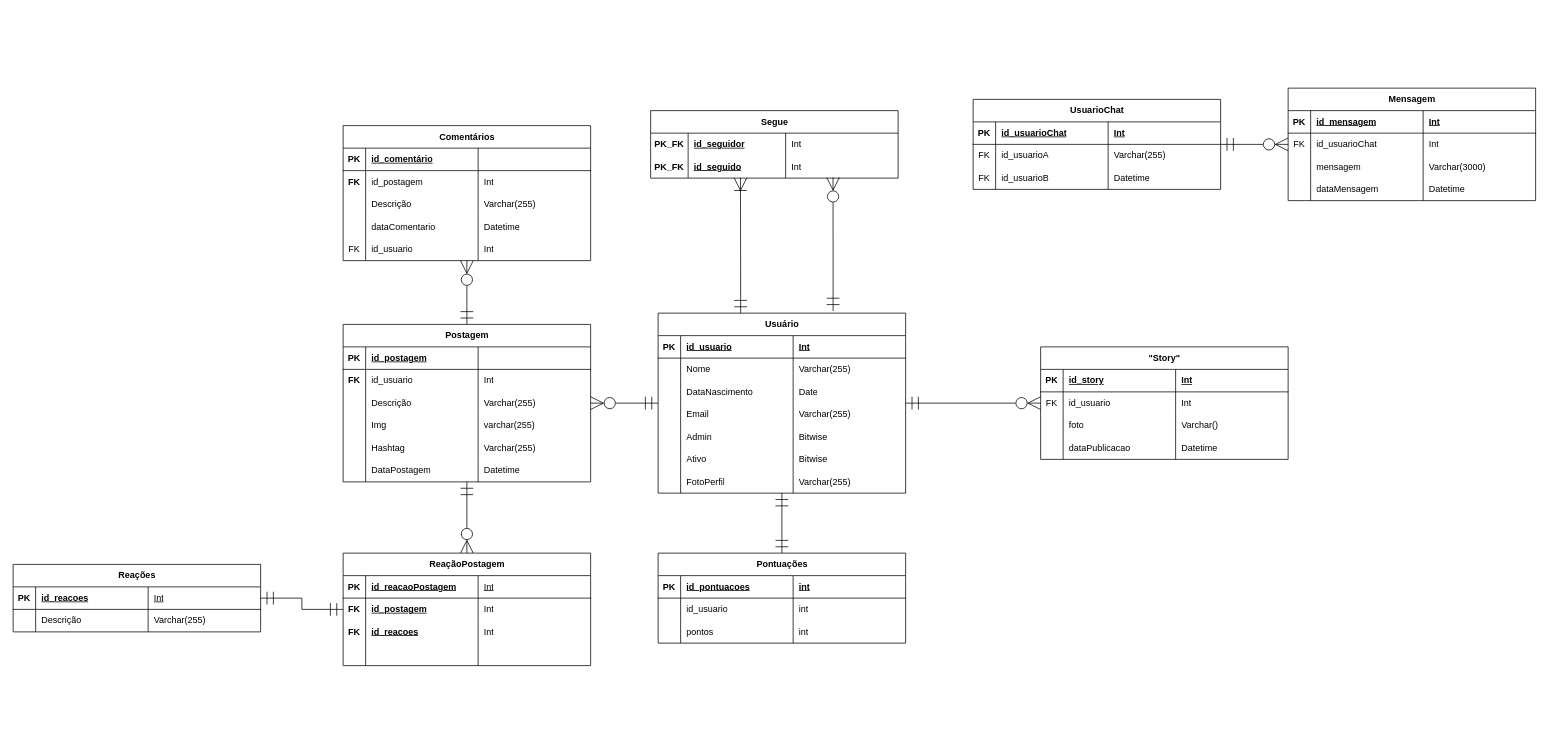
wallacin07/SocialMedia_WebProject keeps this draw.io diagram as plans/db_modeling.drawio. Above is the earlier version. Source tidied: cells renumbered, new cells numbered last; positions are measured from the earlier drawing's top-left corner, leaving out a move shared by most shapes. Both pictures are drawn from the tidied source at 75%, with x=0, y=0 at pixel (13, 88).
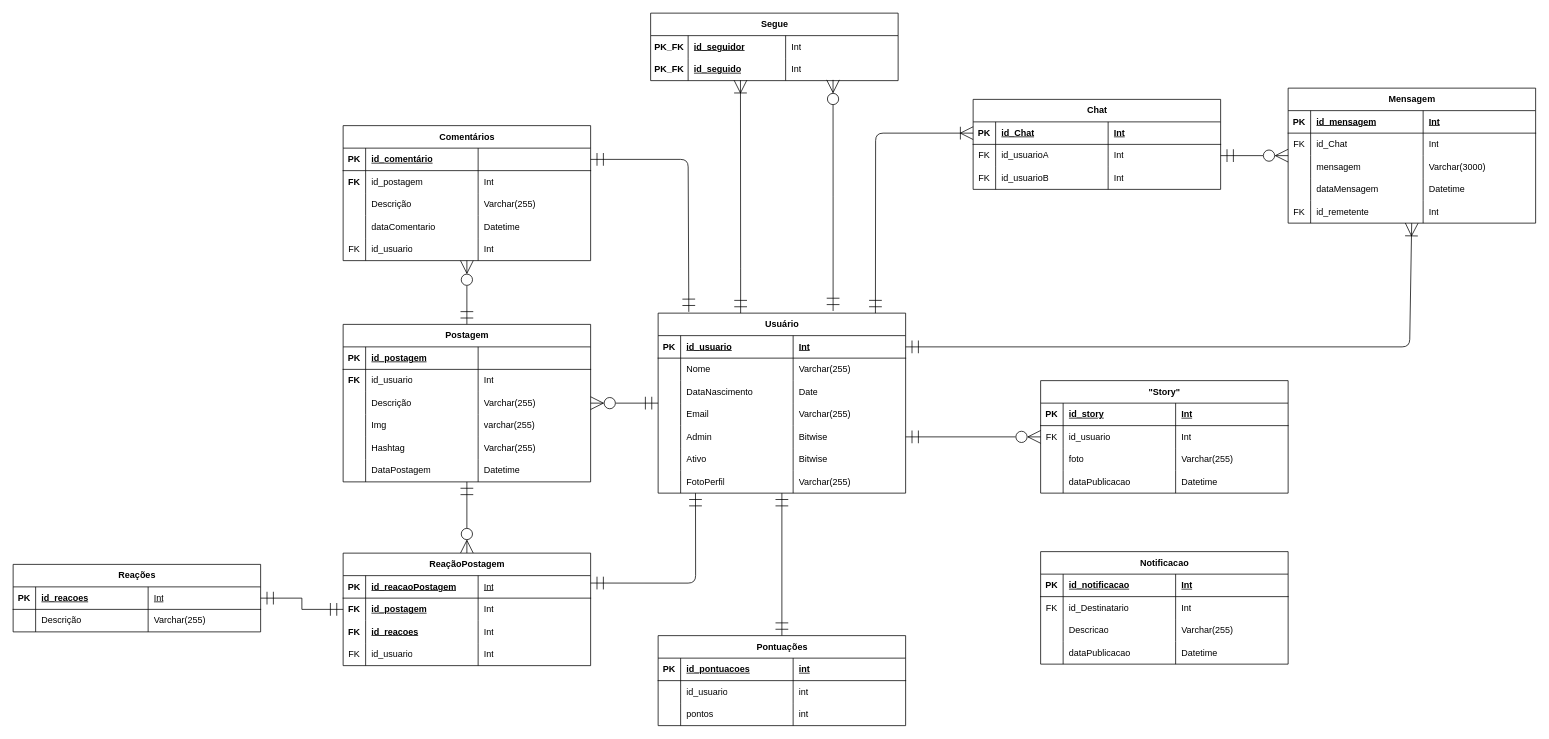
After the change.

The change refers to these unchanged cells:
```xml
<mxCell id="4" value="Usuário" style="shape=table;startSize=30;childLayout=tableLayout;rowLines=0;fontStyle=1;align=center;html=1;" parent="1" vertex="1">
  <mxGeometry x="860" y="300" width="330" height="240" as="geometry" />
</mxCell>
<mxCell id="5" style="shape=tableRow;horizontal=0;startSize=0;swimlaneHead=0;swimlaneBody=0;fillColor=none;points=[[0,0.5],[1,0.5]];portConstraint=eastwest;top=0;left=0;right=0;bottom=1;" parent="4" vertex="1">
  <mxGeometry y="30" width="330" height="30" as="geometry" />
</mxCell>
<mxCell id="21" style="shape=tableRow;horizontal=0;startSize=0;swimlaneHead=0;swimlaneBody=0;fillColor=none;points=[[0,0.5],[1,0.5]];portConstraint=eastwest;top=0;left=0;right=0;bottom=0;" parent="4" vertex="1">
  <mxGeometry y="150" width="330" height="30" as="geometry" />
</mxCell>
<mxCell id="29" style="shape=tableRow;horizontal=0;startSize=0;swimlaneHead=0;swimlaneBody=0;fillColor=none;points=[[0,0.5],[1,0.5]];portConstraint=eastwest;top=0;left=0;right=0;bottom=0;" parent="4" vertex="1">
  <mxGeometry y="210" width="330" height="30" as="geometry" />
</mxCell>
<mxCell id="75" style="shape=tableRow;horizontal=0;startSize=0;swimlaneHead=0;swimlaneBody=0;fillColor=none;points=[[0,0.5],[1,0.5]];portConstraint=eastwest;top=0;left=0;right=0;bottom=1;" parent="74" vertex="1">
  <mxGeometry y="30" width="330" height="30" as="geometry" />
</mxCell>
<mxCell id="87" style="shape=tableRow;horizontal=0;startSize=0;swimlaneHead=0;swimlaneBody=0;fillColor=none;top=0;left=0;right=0;bottom=0;" parent="74" vertex="1">
  <mxGeometry y="120" width="330" height="30" as="geometry" />
</mxCell>
<mxCell id="120" style="shape=tableRow;horizontal=0;startSize=0;swimlaneHead=0;swimlaneBody=0;fillColor=none;top=0;left=0;right=0;bottom=0;" parent="111" vertex="1">
  <mxGeometry y="90" width="330" height="30" as="geometry" />
</mxCell>
<mxCell id="130" style="shape=tableRow;horizontal=0;startSize=0;swimlaneHead=0;swimlaneBody=0;fillColor=none;points=[[0,0.5],[1,0.5]];portConstraint=eastwest;top=0;left=0;right=0;bottom=1;" parent="129" vertex="1">
  <mxGeometry y="30" width="330" height="30" as="geometry" />
</mxCell>
<mxCell id="152" style="shape=tableRow;horizontal=0;startSize=0;swimlaneHead=0;swimlaneBody=0;fillColor=none;points=[[0,0.5],[1,0.5]];portConstraint=eastwest;top=0;left=0;right=0;bottom=1;" parent="151" vertex="1">
  <mxGeometry y="30" width="330" height="30" as="geometry" />
</mxCell>
<mxCell id="156" style="shape=tableRow;horizontal=0;startSize=0;swimlaneHead=0;swimlaneBody=0;fillColor=none;points=[[0,0.5],[1,0.5]];portConstraint=eastwest;top=0;left=0;right=0;bottom=0;" parent="151" vertex="1">
  <mxGeometry y="60" width="330" height="30" as="geometry" />
</mxCell>
<mxCell id="160" style="shape=tableRow;horizontal=0;startSize=0;swimlaneHead=0;swimlaneBody=0;fillColor=none;top=0;left=0;right=0;bottom=0;" parent="151" vertex="1">
  <mxGeometry y="90" width="330" height="30" as="geometry" />
</mxCell>
<mxCell id="169" style="shape=tableRow;horizontal=0;startSize=0;swimlaneHead=0;swimlaneBody=0;fillColor=none;top=0;left=0;right=0;bottom=0;" parent="164" vertex="1">
  <mxGeometry y="60" width="330" height="30" as="geometry" />
</mxCell>
```

The edit, as a diff of the source:
```diff
@@
     <mxCell id="61" value="Pontuações" style="shape=table;startSize=30;childLayout=tableLayout;rowLines=0;fontStyle=1;align=center;html=1;" parent="1" vertex="1">
-      <mxGeometry x="860" y="620" width="330" height="120" as="geometry" />
+      <mxGeometry x="860" y="730" width="330" height="120" as="geometry" />
     </mxCell>
@@
-    <mxCell id="88" style="shape=partialRectangle;fillColor=none;top=0;left=0;bottom=0;right=0;overflow=hidden;whiteSpace=wrap;html=1;" parent="87" vertex="1">
+    <mxCell id="88" value="FK" style="shape=partialRectangle;fillColor=none;top=0;left=0;bottom=0;right=0;overflow=hidden;whiteSpace=wrap;html=1;" parent="87" vertex="1">
       <mxGeometry width="30" height="30" as="geometry" />
     </mxCell>
-    <mxCell id="89" style="shape=partialRectangle;fillColor=none;top=0;left=0;bottom=0;right=0;align=left;spacingLeft=6;overflow=hidden;whiteSpace=wrap;html=1;" parent="87" vertex="1">
+    <mxCell id="89" value="id_usuario" style="shape=partialRectangle;fillColor=none;top=0;left=0;bottom=0;right=0;align=left;spacingLeft=6;overflow=hidden;whiteSpace=wrap;html=1;" parent="87" vertex="1">
       <mxGeometry x="30" width="150" height="30" as="geometry" />
     </mxCell>
-    <mxCell id="90" style="shape=partialRectangle;fillColor=none;top=0;left=0;bottom=0;right=0;align=left;spacingLeft=6;overflow=hidden;whiteSpace=wrap;html=1;" parent="87" vertex="1">
+    <mxCell id="90" value="Int" style="shape=partialRectangle;fillColor=none;top=0;left=0;bottom=0;right=0;align=left;spacingLeft=6;overflow=hidden;whiteSpace=wrap;html=1;" parent="87" vertex="1">
       <mxGeometry x="180" width="150" height="30" as="geometry" />
     </mxCell>
@@
     <mxCell id="101" value="Segue" style="shape=table;startSize=30;childLayout=tableLayout;rowLines=0;fontStyle=1;align=center;html=1;" parent="1" vertex="1">
-      <mxGeometry x="850" y="30" width="330" height="90" as="geometry" />
+      <mxGeometry x="850" y="-100" width="330" height="90" as="geometry" />
     </mxCell>
@@
     <mxCell id="111" value="&quot;Story&quot;" style="shape=table;startSize=30;childLayout=tableLayout;rowLines=0;fontStyle=1;align=center;html=1;" parent="1" vertex="1">
-      <mxGeometry x="1370" y="345" width="330" height="150" as="geometry" />
+      <mxGeometry x="1370" y="390" width="330" height="150" as="geometry" />
     </mxCell>
@@
-    <mxCell id="123" value="Varchar()" style="shape=partialRectangle;fillColor=none;top=0;left=0;bottom=0;right=0;align=left;spacingLeft=6;overflow=hidden;whiteSpace=wrap;html=1;" parent="120" vertex="1">
+    <mxCell id="123" value="Varchar(255)" style="shape=partialRectangle;fillColor=none;top=0;left=0;bottom=0;right=0;align=left;spacingLeft=6;overflow=hidden;whiteSpace=wrap;html=1;" parent="120" vertex="1">
       <mxGeometry x="180" width="150" height="30" as="geometry" />
     </mxCell>
@@
-    <mxCell id="128" style="edgeStyle=none;html=1;endSize=15;startSize=15;endArrow=ERmandOne;endFill=0;startArrow=ERzeroToMany;startFill=0;" parent="1" edge="1" source="111" target="4">
+    <mxCell id="128" style="edgeStyle=none;html=1;endSize=15;startSize=15;endArrow=ERmandOne;endFill=0;startArrow=ERzeroToMany;startFill=0;" parent="1" edge="1" source="111" target="21">
       <mxGeometry relative="1" as="geometry" />
     </mxCell>
@@
-    <mxCell id="150" style="edgeStyle=none;html=1;startArrow=ERmandOne;startFill=0;endArrow=ERzeroToMany;endFill=0;startSize=15;endSize=15;" parent="1" edge="1" source="151" target="164">
+    <mxCell id="150" style="edgeStyle=none;html=1;startArrow=ERmandOne;startFill=0;endArrow=ERzeroToMany;endFill=0;startSize=15;endSize=15;" parent="1" edge="1" source="156" target="164">
       <mxGeometry relative="1" as="geometry" />
     </mxCell>
-    <mxCell id="151" value="UsuarioChat" style="shape=table;startSize=30;childLayout=tableLayout;rowLines=0;fontStyle=1;align=center;html=1;" parent="1" vertex="1">
+    <mxCell id="151" value="Chat" style="shape=table;startSize=30;childLayout=tableLayout;rowLines=0;fontStyle=1;align=center;html=1;" parent="1" vertex="1">
       <mxGeometry x="1280" y="15" width="330" height="120" as="geometry" />
     </mxCell>
@@
-    <mxCell id="154" value="id_usuarioChat" style="shape=partialRectangle;fillColor=none;top=0;left=0;bottom=0;right=0;align=left;spacingLeft=6;fontStyle=5;overflow=hidden;whiteSpace=wrap;html=1;" parent="152" vertex="1">
+    <mxCell id="154" value="id_Chat" style="shape=partialRectangle;fillColor=none;top=0;left=0;bottom=0;right=0;align=left;spacingLeft=6;fontStyle=5;overflow=hidden;whiteSpace=wrap;html=1;" parent="152" vertex="1">
       <mxGeometry x="30" width="150" height="30" as="geometry" />
     </mxCell>
@@
-    <mxCell id="159" value="Varchar(255)" style="shape=partialRectangle;fillColor=none;top=0;left=0;bottom=0;right=0;align=left;spacingLeft=6;overflow=hidden;whiteSpace=wrap;html=1;" parent="156" vertex="1">
+    <mxCell id="159" value="Int" style="shape=partialRectangle;fillColor=none;top=0;left=0;bottom=0;right=0;align=left;spacingLeft=6;overflow=hidden;whiteSpace=wrap;html=1;" parent="156" vertex="1">
       <mxGeometry x="180" width="150" height="30" as="geometry" />
     </mxCell>
@@
-    <mxCell id="163" value="Datetime" style="shape=partialRectangle;fillColor=none;top=0;left=0;bottom=0;right=0;align=left;spacingLeft=6;overflow=hidden;whiteSpace=wrap;html=1;" parent="160" vertex="1">
+    <mxCell id="163" value="Int" style="shape=partialRectangle;fillColor=none;top=0;left=0;bottom=0;right=0;align=left;spacingLeft=6;overflow=hidden;whiteSpace=wrap;html=1;" parent="160" vertex="1">
       <mxGeometry x="180" width="150" height="30" as="geometry" />
     </mxCell>
     <mxCell id="164" value="Mensagem" style="shape=table;startSize=30;childLayout=tableLayout;rowLines=0;fontStyle=1;align=center;html=1;" parent="1" vertex="1">
-      <mxGeometry x="1700" width="330" height="150" as="geometry" />
+      <mxGeometry x="1700" width="330" height="180" as="geometry" />
     </mxCell>
@@
-    <mxCell id="171" value="id_usuarioChat" style="shape=partialRectangle;fillColor=none;top=0;left=0;bottom=0;right=0;align=left;spacingLeft=6;overflow=hidden;whiteSpace=wrap;html=1;" parent="169" vertex="1">
+    <mxCell id="171" value="id_Chat" style="shape=partialRectangle;fillColor=none;top=0;left=0;bottom=0;right=0;align=left;spacingLeft=6;overflow=hidden;whiteSpace=wrap;html=1;" parent="169" vertex="1">
       <mxGeometry x="30" width="150" height="30" as="geometry" />
     </mxCell>
@@
+    <mxCell id="181" style="shape=tableRow;horizontal=0;startSize=0;swimlaneHead=0;swimlaneBody=0;fillColor=none;points=[[0,0.5],[1,0.5]];portConstraint=eastwest;top=0;left=0;right=0;bottom=0;" parent="164" vertex="1">
+      <mxGeometry y="150" width="330" height="30" as="geometry" />
+    </mxCell>
+    <mxCell id="182" value="FK" style="shape=partialRectangle;fillColor=none;top=0;left=0;bottom=0;right=0;overflow=hidden;whiteSpace=wrap;html=1;" parent="181" vertex="1">
+      <mxGeometry width="30" height="30" as="geometry" />
+    </mxCell>
+    <mxCell id="183" value="id_remetente" style="shape=partialRectangle;fillColor=none;top=0;left=0;bottom=0;right=0;align=left;spacingLeft=6;overflow=hidden;whiteSpace=wrap;html=1;" parent="181" vertex="1">
+      <mxGeometry x="30" width="150" height="30" as="geometry" />
+    </mxCell>
+    <mxCell id="184" value="Int" style="shape=partialRectangle;fillColor=none;top=0;left=0;bottom=0;right=0;align=left;spacingLeft=6;overflow=hidden;whiteSpace=wrap;html=1;" parent="181" vertex="1">
+      <mxGeometry x="180" width="150" height="30" as="geometry" />
+    </mxCell>
+    <mxCell id="185" style="edgeStyle=none;html=1;exitX=1;exitY=0.5;exitDx=0;exitDy=0;startArrow=ERmandOne;startFill=0;endArrow=ERmandOne;endFill=0;startSize=15;endSize=15;entryX=0.124;entryY=-0.007;entryDx=0;entryDy=0;entryPerimeter=0;" parent="1" edge="1" source="130" target="4">
+      <mxGeometry relative="1" as="geometry">
+        <Array as="points">
+          <mxPoint x="900" y="95" />
+        </Array>
+      </mxGeometry>
+    </mxCell>
+    <mxCell id="186" style="edgeStyle=none;html=1;exitX=1;exitY=0.33;exitDx=0;exitDy=0;startArrow=ERmandOne;startFill=0;endArrow=ERmandOne;endFill=0;startSize=15;endSize=15;entryX=0.151;entryY=1;entryDx=0;entryDy=0;entryPerimeter=0;exitPerimeter=0;" parent="1" edge="1" source="75" target="29">
+      <mxGeometry relative="1" as="geometry">
+        <Array as="points">
+          <mxPoint x="910" y="660" />
+        </Array>
+      </mxGeometry>
+    </mxCell>
+    <mxCell id="187" style="edgeStyle=none;html=1;exitX=0;exitY=0.5;exitDx=0;exitDy=0;startArrow=ERoneToMany;startFill=0;endArrow=ERmandOne;endFill=0;startSize=15;endSize=15;entryX=0.878;entryY=0;entryDx=0;entryDy=0;entryPerimeter=0;" parent="1" edge="1" source="152" target="4">
+      <mxGeometry relative="1" as="geometry">
+        <Array as="points">
+          <mxPoint x="1150" y="60" />
+        </Array>
+      </mxGeometry>
+    </mxCell>
+    <mxCell id="188" value="Notificacao" style="shape=table;startSize=30;childLayout=tableLayout;rowLines=0;fontStyle=1;align=center;html=1;" parent="1" vertex="1">
+      <mxGeometry x="1370" y="618" width="330" height="150" as="geometry" />
+    </mxCell>
+    <mxCell id="189" style="shape=tableRow;horizontal=0;startSize=0;swimlaneHead=0;swimlaneBody=0;fillColor=none;top=0;left=0;right=0;bottom=1;" parent="188" vertex="1">
+      <mxGeometry y="30" width="330" height="30" as="geometry" />
+    </mxCell>
+    <mxCell id="190" value="PK" style="shape=partialRectangle;fillColor=none;top=0;left=0;bottom=0;right=0;fontStyle=1;overflow=hidden;whiteSpace=wrap;html=1;" parent="189" vertex="1">
+      <mxGeometry width="30" height="30" as="geometry" />
+    </mxCell>
+    <mxCell id="191" value="id_notificacao" style="shape=partialRectangle;fillColor=none;top=0;left=0;bottom=0;right=0;align=left;spacingLeft=6;fontStyle=5;overflow=hidden;whiteSpace=wrap;html=1;" parent="189" vertex="1">
+      <mxGeometry x="30" width="150" height="30" as="geometry" />
+    </mxCell>
+    <mxCell id="192" value="Int" style="shape=partialRectangle;fillColor=none;top=0;left=0;bottom=0;right=0;align=left;spacingLeft=6;fontStyle=5;overflow=hidden;whiteSpace=wrap;html=1;" parent="189" vertex="1">
+      <mxGeometry x="180" width="150" height="30" as="geometry" />
+    </mxCell>
+    <mxCell id="193" style="shape=tableRow;horizontal=0;startSize=0;swimlaneHead=0;swimlaneBody=0;fillColor=none;top=0;left=0;right=0;bottom=0;" parent="188" vertex="1">
+      <mxGeometry y="60" width="330" height="30" as="geometry" />
+    </mxCell>
+    <mxCell id="194" value="FK" style="shape=partialRectangle;fillColor=none;top=0;left=0;bottom=0;right=0;overflow=hidden;whiteSpace=wrap;html=1;" parent="193" vertex="1">
+      <mxGeometry width="30" height="30" as="geometry" />
+    </mxCell>
+    <mxCell id="195" value="id_Destinatario" style="shape=partialRectangle;fillColor=none;top=0;left=0;bottom=0;right=0;align=left;spacingLeft=6;overflow=hidden;whiteSpace=wrap;html=1;" parent="193" vertex="1">
+      <mxGeometry x="30" width="150" height="30" as="geometry" />
+    </mxCell>
+    <mxCell id="196" value="Int" style="shape=partialRectangle;fillColor=none;top=0;left=0;bottom=0;right=0;align=left;spacingLeft=6;overflow=hidden;whiteSpace=wrap;html=1;" parent="193" vertex="1">
+      <mxGeometry x="180" width="150" height="30" as="geometry" />
+    </mxCell>
+    <mxCell id="197" style="shape=tableRow;horizontal=0;startSize=0;swimlaneHead=0;swimlaneBody=0;fillColor=none;top=0;left=0;right=0;bottom=0;" parent="188" vertex="1">
+      <mxGeometry y="90" width="330" height="30" as="geometry" />
+    </mxCell>
+    <mxCell id="198" style="shape=partialRectangle;fillColor=none;top=0;left=0;bottom=0;right=0;overflow=hidden;whiteSpace=wrap;html=1;" parent="197" vertex="1">
+      <mxGeometry width="30" height="30" as="geometry" />
+    </mxCell>
+    <mxCell id="199" value="Descricao" style="shape=partialRectangle;fillColor=none;top=0;left=0;bottom=0;right=0;align=left;spacingLeft=6;overflow=hidden;whiteSpace=wrap;html=1;" parent="197" vertex="1">
+      <mxGeometry x="30" width="150" height="30" as="geometry" />
+    </mxCell>
+    <mxCell id="200" value="Varchar(255)" style="shape=partialRectangle;fillColor=none;top=0;left=0;bottom=0;right=0;align=left;spacingLeft=6;overflow=hidden;whiteSpace=wrap;html=1;" parent="197" vertex="1">
+      <mxGeometry x="180" width="150" height="30" as="geometry" />
+    </mxCell>
+    <mxCell id="201" style="shape=tableRow;horizontal=0;startSize=0;swimlaneHead=0;swimlaneBody=0;fillColor=none;top=0;left=0;right=0;bottom=0;" parent="188" vertex="1">
+      <mxGeometry y="120" width="330" height="30" as="geometry" />
+    </mxCell>
+    <mxCell id="202" style="shape=partialRectangle;fillColor=none;top=0;left=0;bottom=0;right=0;overflow=hidden;whiteSpace=wrap;html=1;" parent="201" vertex="1">
+      <mxGeometry width="30" height="30" as="geometry" />
+    </mxCell>
+    <mxCell id="203" value="dataPublicacao" style="shape=partialRectangle;fillColor=none;top=0;left=0;bottom=0;right=0;align=left;spacingLeft=6;overflow=hidden;whiteSpace=wrap;html=1;" parent="201" vertex="1">
+      <mxGeometry x="30" width="150" height="30" as="geometry" />
+    </mxCell>
+    <mxCell id="204" value="Datetime" style="shape=partialRectangle;fillColor=none;top=0;left=0;bottom=0;right=0;align=left;spacingLeft=6;overflow=hidden;whiteSpace=wrap;html=1;" parent="201" vertex="1">
+      <mxGeometry x="180" width="150" height="30" as="geometry" />
+    </mxCell>
+    <mxCell id="205" style="edgeStyle=none;html=1;startArrow=ERoneToMany;startFill=0;endArrow=ERmandOne;endFill=0;startSize=15;endSize=15;entryX=1;entryY=0.5;entryDx=0;entryDy=0;" parent="1" edge="1" source="181" target="5">
+      <mxGeometry relative="1" as="geometry">
+        <Array as="points">
+          <mxPoint x="1862" y="345" />
+        </Array>
+      </mxGeometry>
+    </mxCell>
```
